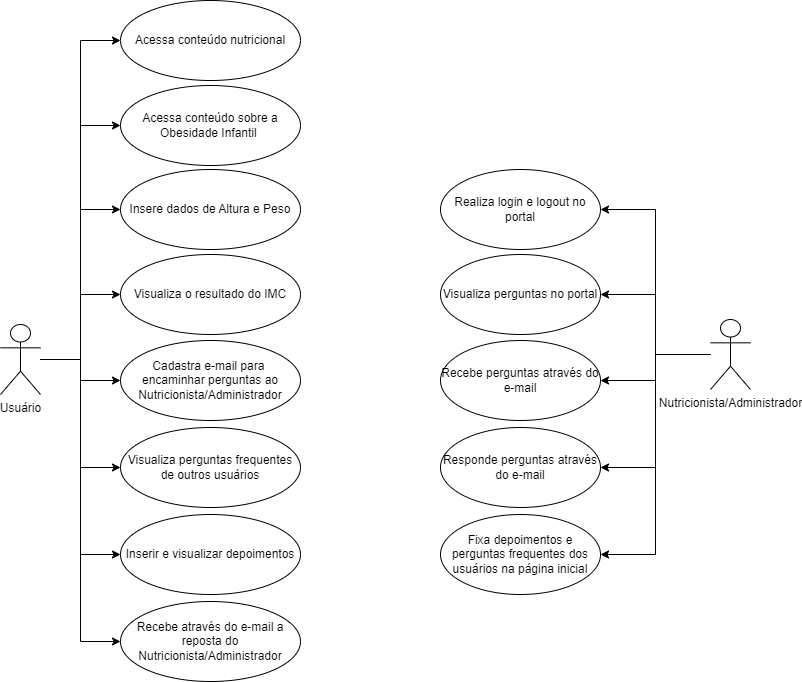
Before: NutriKids/Diagramas/Caso_de_Uso.png, a diagram exported from draw.io (mvitoriasuz/FATEC_PI_NutriKids). Source tidied: cells renumbered, new cells last; positions are measured from the earlier drawing's top-left corner, leaving out a move shared by most shapes. The source it was exported from:
```xml
<mxGraphModel>
  <root>
    <mxCell id="0" />
    <mxCell id="1" parent="0" />
    <mxCell id="2" style="edgeStyle=orthogonalEdgeStyle;rounded=0;jettySize=auto;html=1;entryX=0;entryY=0.5;entryDx=0;entryDy=0;" parent="1" edge="1" source="10" target="18">
      <mxGeometry relative="1" as="geometry" />
    </mxCell>
    <mxCell id="3" style="edgeStyle=orthogonalEdgeStyle;rounded=0;jettySize=auto;html=1;entryX=0;entryY=0.5;entryDx=0;entryDy=0;" parent="1" edge="1" source="10" target="19">
      <mxGeometry relative="1" as="geometry" />
    </mxCell>
    <mxCell id="4" style="edgeStyle=orthogonalEdgeStyle;rounded=0;jettySize=auto;html=1;" parent="1" edge="1" source="10" target="20">
      <mxGeometry relative="1" as="geometry" />
    </mxCell>
    <mxCell id="5" style="edgeStyle=orthogonalEdgeStyle;rounded=0;jettySize=auto;html=1;entryX=0;entryY=0.5;entryDx=0;entryDy=0;" parent="1" edge="1" source="10" target="21">
      <mxGeometry relative="1" as="geometry" />
    </mxCell>
    <mxCell id="6" style="edgeStyle=orthogonalEdgeStyle;rounded=0;jettySize=auto;html=1;entryX=0;entryY=0.5;entryDx=0;entryDy=0;" parent="1" edge="1" source="10" target="23">
      <mxGeometry relative="1" as="geometry" />
    </mxCell>
    <mxCell id="7" style="edgeStyle=orthogonalEdgeStyle;rounded=0;jettySize=auto;html=1;entryX=0;entryY=0.5;entryDx=0;entryDy=0;" parent="1" edge="1" source="10" target="24">
      <mxGeometry relative="1" as="geometry" />
    </mxCell>
    <mxCell id="8" style="edgeStyle=orthogonalEdgeStyle;rounded=0;jettySize=auto;html=1;entryX=0;entryY=0.5;entryDx=0;entryDy=0;" parent="1" edge="1" source="10" target="17">
      <mxGeometry relative="1" as="geometry" />
    </mxCell>
    <mxCell id="9" style="edgeStyle=orthogonalEdgeStyle;rounded=0;jettySize=auto;html=1;entryX=0;entryY=0.5;entryDx=0;entryDy=0;" parent="1" edge="1" source="10" target="22">
      <mxGeometry relative="1" as="geometry" />
    </mxCell>
    <mxCell id="10" value="Usuário&lt;br&gt;" style="shape=umlActor;verticalLabelPosition=bottom;verticalAlign=top;html=1;outlineConnect=0;" parent="1" vertex="1">
      <mxGeometry y="324" width="40" height="70" as="geometry" />
    </mxCell>
    <mxCell id="11" style="edgeStyle=orthogonalEdgeStyle;rounded=0;jettySize=auto;html=1;entryX=1;entryY=0.5;entryDx=0;entryDy=0;" parent="1" edge="1" source="16" target="25">
      <mxGeometry relative="1" as="geometry" />
    </mxCell>
    <mxCell id="12" style="edgeStyle=orthogonalEdgeStyle;rounded=0;jettySize=auto;html=1;" parent="1" edge="1" source="16" target="26">
      <mxGeometry relative="1" as="geometry" />
    </mxCell>
    <mxCell id="13" style="edgeStyle=orthogonalEdgeStyle;rounded=0;jettySize=auto;html=1;" parent="1" edge="1" source="16" target="27">
      <mxGeometry relative="1" as="geometry" />
    </mxCell>
    <mxCell id="14" style="edgeStyle=orthogonalEdgeStyle;rounded=0;jettySize=auto;html=1;entryX=1;entryY=0.5;entryDx=0;entryDy=0;" parent="1" edge="1" source="16" target="28">
      <mxGeometry relative="1" as="geometry" />
    </mxCell>
    <mxCell id="15" style="edgeStyle=orthogonalEdgeStyle;rounded=0;jettySize=auto;html=1;entryX=1;entryY=0.5;entryDx=0;entryDy=0;" parent="1" edge="1" source="16" target="29">
      <mxGeometry relative="1" as="geometry" />
    </mxCell>
    <mxCell id="16" value="Nutricionista/Administrador&lt;br&gt;" style="shape=umlActor;verticalLabelPosition=bottom;verticalAlign=top;html=1;outlineConnect=0;" parent="1" vertex="1">
      <mxGeometry x="710" y="319" width="40" height="70" as="geometry" />
    </mxCell>
    <mxCell id="17" value="Acessa conteúdo nutricional" style="ellipse;whiteSpace=wrap;html=1;" parent="1" vertex="1">
      <mxGeometry x="120" width="180" height="80" as="geometry" />
    </mxCell>
    <mxCell id="18" value="Acessa conteúdo sobre a Obesidade Infantil&amp;nbsp;" style="ellipse;whiteSpace=wrap;html=1;" parent="1" vertex="1">
      <mxGeometry x="120" y="85" width="180" height="80" as="geometry" />
    </mxCell>
    <mxCell id="19" value="Insere dados de Altura e Peso" style="ellipse;whiteSpace=wrap;html=1;" parent="1" vertex="1">
      <mxGeometry x="120" y="169" width="180" height="80" as="geometry" />
    </mxCell>
    <mxCell id="20" value="Visualiza o resultado do IMC" style="ellipse;whiteSpace=wrap;html=1;" parent="1" vertex="1">
      <mxGeometry x="120" y="254" width="180" height="80" as="geometry" />
    </mxCell>
    <mxCell id="21" value="Cadastra e-mail para&amp;nbsp; encaminhar perguntas ao Nutricionista/Administrador" style="ellipse;whiteSpace=wrap;html=1;" parent="1" vertex="1">
      <mxGeometry x="120" y="340" width="180" height="80" as="geometry" />
    </mxCell>
    <mxCell id="22" value="Visualiza perguntas frequentes de outros usuários" style="ellipse;whiteSpace=wrap;html=1;" parent="1" vertex="1">
      <mxGeometry x="120" y="427" width="180" height="80" as="geometry" />
    </mxCell>
    <mxCell id="23" value="Inserir e visualizar depoimentos" style="ellipse;whiteSpace=wrap;html=1;" parent="1" vertex="1">
      <mxGeometry x="120" y="514" width="180" height="80" as="geometry" />
    </mxCell>
    <mxCell id="24" value="Recebe através do e-mail a reposta do Nutricionista/Administrador" style="ellipse;whiteSpace=wrap;html=1;" parent="1" vertex="1">
      <mxGeometry x="120" y="601" width="180" height="80" as="geometry" />
    </mxCell>
    <mxCell id="25" value="Realiza login e logout no portal" style="ellipse;whiteSpace=wrap;html=1;" parent="1" vertex="1">
      <mxGeometry x="440" y="169" width="160" height="80" as="geometry" />
    </mxCell>
    <mxCell id="26" value="Visualiza perguntas no portal" style="ellipse;whiteSpace=wrap;html=1;" parent="1" vertex="1">
      <mxGeometry x="440" y="254" width="160" height="80" as="geometry" />
    </mxCell>
    <mxCell id="27" value="Recebe perguntas através do e-mail" style="ellipse;whiteSpace=wrap;html=1;" parent="1" vertex="1">
      <mxGeometry x="440" y="340" width="160" height="80" as="geometry" />
    </mxCell>
    <mxCell id="28" value="&lt;div&gt;Responde perguntas através do e-mail&lt;/div&gt;" style="ellipse;whiteSpace=wrap;html=1;" parent="1" vertex="1">
      <mxGeometry x="440" y="427" width="160" height="80" as="geometry" />
    </mxCell>
    <mxCell id="29" value="&lt;div&gt;Fixa depoimentos e perguntas frequentes dos usuários na página inicial&lt;/div&gt;" style="ellipse;whiteSpace=wrap;html=1;" parent="1" vertex="1">
      <mxGeometry x="440" y="514" width="160" height="80" as="geometry" />
    </mxCell>
  </root>
</mxGraphModel>
```
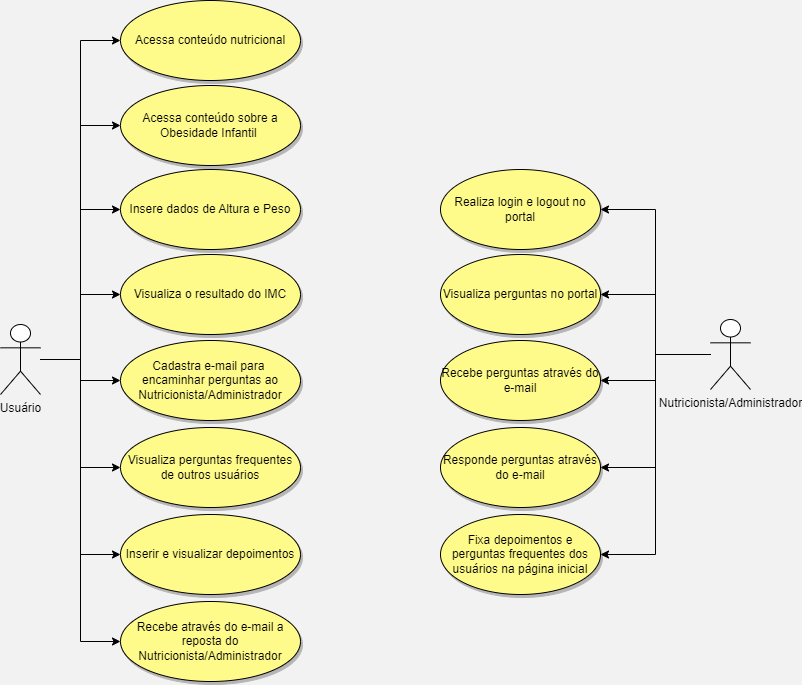
The same file after the commit.

Commit message:
Diagramas de Caso de Uso, Atividade e Contexto

Change to the diagram source:
```diff
@@ -1,89 +1,89 @@
-<mxGraphModel>
+<mxGraphModel background="#F2F2F2">
   <root>
     <mxCell id="0" />
     <mxCell id="1" parent="0" />
-    <mxCell id="2" style="edgeStyle=orthogonalEdgeStyle;rounded=0;jettySize=auto;html=1;entryX=0;entryY=0.5;entryDx=0;entryDy=0;" parent="1" edge="1" source="10" target="18">
+    <mxCell id="2" style="edgeStyle=orthogonalEdgeStyle;rounded=0;jettySize=auto;html=1;entryX=0;entryY=0.5;entryDx=0;entryDy=0;shadow=0;" parent="1" edge="1" source="10" target="18">
       <mxGeometry relative="1" as="geometry" />
     </mxCell>
-    <mxCell id="3" style="edgeStyle=orthogonalEdgeStyle;rounded=0;jettySize=auto;html=1;entryX=0;entryY=0.5;entryDx=0;entryDy=0;" parent="1" edge="1" source="10" target="19">
+    <mxCell id="3" style="edgeStyle=orthogonalEdgeStyle;rounded=0;jettySize=auto;html=1;entryX=0;entryY=0.5;entryDx=0;entryDy=0;shadow=0;" parent="1" edge="1" source="10" target="19">
       <mxGeometry relative="1" as="geometry" />
     </mxCell>
-    <mxCell id="4" style="edgeStyle=orthogonalEdgeStyle;rounded=0;jettySize=auto;html=1;" parent="1" edge="1" source="10" target="20">
+    <mxCell id="4" style="edgeStyle=orthogonalEdgeStyle;rounded=0;jettySize=auto;html=1;shadow=0;" parent="1" edge="1" source="10" target="20">
       <mxGeometry relative="1" as="geometry" />
     </mxCell>
-    <mxCell id="5" style="edgeStyle=orthogonalEdgeStyle;rounded=0;jettySize=auto;html=1;entryX=0;entryY=0.5;entryDx=0;entryDy=0;" parent="1" edge="1" source="10" target="21">
+    <mxCell id="5" style="edgeStyle=orthogonalEdgeStyle;rounded=0;jettySize=auto;html=1;entryX=0;entryY=0.5;entryDx=0;entryDy=0;shadow=0;" parent="1" edge="1" source="10" target="21">
       <mxGeometry relative="1" as="geometry" />
     </mxCell>
-    <mxCell id="6" style="edgeStyle=orthogonalEdgeStyle;rounded=0;jettySize=auto;html=1;entryX=0;entryY=0.5;entryDx=0;entryDy=0;" parent="1" edge="1" source="10" target="23">
+    <mxCell id="6" style="edgeStyle=orthogonalEdgeStyle;rounded=0;jettySize=auto;html=1;entryX=0;entryY=0.5;entryDx=0;entryDy=0;shadow=0;" parent="1" edge="1" source="10" target="23">
       <mxGeometry relative="1" as="geometry" />
     </mxCell>
-    <mxCell id="7" style="edgeStyle=orthogonalEdgeStyle;rounded=0;jettySize=auto;html=1;entryX=0;entryY=0.5;entryDx=0;entryDy=0;" parent="1" edge="1" source="10" target="24">
+    <mxCell id="7" style="edgeStyle=orthogonalEdgeStyle;rounded=0;jettySize=auto;html=1;entryX=0;entryY=0.5;entryDx=0;entryDy=0;shadow=0;" parent="1" edge="1" source="10" target="24">
       <mxGeometry relative="1" as="geometry" />
     </mxCell>
-    <mxCell id="8" style="edgeStyle=orthogonalEdgeStyle;rounded=0;jettySize=auto;html=1;entryX=0;entryY=0.5;entryDx=0;entryDy=0;" parent="1" edge="1" source="10" target="17">
+    <mxCell id="8" style="edgeStyle=orthogonalEdgeStyle;rounded=0;jettySize=auto;html=1;entryX=0;entryY=0.5;entryDx=0;entryDy=0;shadow=0;" parent="1" edge="1" source="10" target="17">
       <mxGeometry relative="1" as="geometry" />
     </mxCell>
-    <mxCell id="9" style="edgeStyle=orthogonalEdgeStyle;rounded=0;jettySize=auto;html=1;entryX=0;entryY=0.5;entryDx=0;entryDy=0;" parent="1" edge="1" source="10" target="22">
+    <mxCell id="9" style="edgeStyle=orthogonalEdgeStyle;rounded=0;jettySize=auto;html=1;entryX=0;entryY=0.5;entryDx=0;entryDy=0;shadow=0;" parent="1" edge="1" source="10" target="22">
       <mxGeometry relative="1" as="geometry" />
     </mxCell>
-    <mxCell id="10" value="Usuário&lt;br&gt;" style="shape=umlActor;verticalLabelPosition=bottom;verticalAlign=top;html=1;outlineConnect=0;" parent="1" vertex="1">
+    <mxCell id="10" value="Usuário&lt;br&gt;" style="shape=umlActor;verticalLabelPosition=bottom;verticalAlign=top;html=1;outlineConnect=0;gradientColor=none;" parent="1" vertex="1">
       <mxGeometry y="324" width="40" height="70" as="geometry" />
     </mxCell>
-    <mxCell id="11" style="edgeStyle=orthogonalEdgeStyle;rounded=0;jettySize=auto;html=1;entryX=1;entryY=0.5;entryDx=0;entryDy=0;" parent="1" edge="1" source="16" target="25">
+    <mxCell id="11" style="edgeStyle=orthogonalEdgeStyle;rounded=0;jettySize=auto;html=1;entryX=1;entryY=0.5;entryDx=0;entryDy=0;shadow=0;" parent="1" edge="1" source="16" target="25">
       <mxGeometry relative="1" as="geometry" />
     </mxCell>
-    <mxCell id="12" style="edgeStyle=orthogonalEdgeStyle;rounded=0;jettySize=auto;html=1;" parent="1" edge="1" source="16" target="26">
+    <mxCell id="12" style="edgeStyle=orthogonalEdgeStyle;rounded=0;jettySize=auto;html=1;shadow=0;" parent="1" edge="1" source="16" target="26">
       <mxGeometry relative="1" as="geometry" />
     </mxCell>
-    <mxCell id="13" style="edgeStyle=orthogonalEdgeStyle;rounded=0;jettySize=auto;html=1;" parent="1" edge="1" source="16" target="27">
+    <mxCell id="13" style="edgeStyle=orthogonalEdgeStyle;rounded=0;jettySize=auto;html=1;shadow=0;" parent="1" edge="1" source="16" target="27">
       <mxGeometry relative="1" as="geometry" />
     </mxCell>
-    <mxCell id="14" style="edgeStyle=orthogonalEdgeStyle;rounded=0;jettySize=auto;html=1;entryX=1;entryY=0.5;entryDx=0;entryDy=0;" parent="1" edge="1" source="16" target="28">
+    <mxCell id="14" style="edgeStyle=orthogonalEdgeStyle;rounded=0;jettySize=auto;html=1;entryX=1;entryY=0.5;entryDx=0;entryDy=0;shadow=0;" parent="1" edge="1" source="16" target="28">
       <mxGeometry relative="1" as="geometry" />
     </mxCell>
-    <mxCell id="15" style="edgeStyle=orthogonalEdgeStyle;rounded=0;jettySize=auto;html=1;entryX=1;entryY=0.5;entryDx=0;entryDy=0;" parent="1" edge="1" source="16" target="29">
+    <mxCell id="15" style="edgeStyle=orthogonalEdgeStyle;rounded=0;jettySize=auto;html=1;entryX=1;entryY=0.5;entryDx=0;entryDy=0;shadow=0;" parent="1" edge="1" source="16" target="29">
       <mxGeometry relative="1" as="geometry" />
     </mxCell>
     <mxCell id="16" value="Nutricionista/Administrador&lt;br&gt;" style="shape=umlActor;verticalLabelPosition=bottom;verticalAlign=top;html=1;outlineConnect=0;" parent="1" vertex="1">
       <mxGeometry x="710" y="319" width="40" height="70" as="geometry" />
     </mxCell>
-    <mxCell id="17" value="Acessa conteúdo nutricional" style="ellipse;whiteSpace=wrap;html=1;" parent="1" vertex="1">
+    <mxCell id="17" value="Acessa conteúdo nutricional" style="ellipse;whiteSpace=wrap;html=1;fillColor=#FFFB8A;shadow=1;" parent="1" vertex="1">
       <mxGeometry x="120" width="180" height="80" as="geometry" />
     </mxCell>
-    <mxCell id="18" value="Acessa conteúdo sobre a Obesidade Infantil&amp;nbsp;" style="ellipse;whiteSpace=wrap;html=1;" parent="1" vertex="1">
+    <mxCell id="18" value="Acessa conteúdo sobre a Obesidade Infantil&amp;nbsp;" style="ellipse;whiteSpace=wrap;html=1;fillColor=#FFFB8A;shadow=1;" parent="1" vertex="1">
       <mxGeometry x="120" y="85" width="180" height="80" as="geometry" />
     </mxCell>
-    <mxCell id="19" value="Insere dados de Altura e Peso" style="ellipse;whiteSpace=wrap;html=1;" parent="1" vertex="1">
+    <mxCell id="19" value="Insere dados de Altura e Peso" style="ellipse;whiteSpace=wrap;html=1;fillColor=#FFFB8A;shadow=1;" parent="1" vertex="1">
       <mxGeometry x="120" y="169" width="180" height="80" as="geometry" />
     </mxCell>
-    <mxCell id="20" value="Visualiza o resultado do IMC" style="ellipse;whiteSpace=wrap;html=1;" parent="1" vertex="1">
+    <mxCell id="20" value="Visualiza o resultado do IMC" style="ellipse;whiteSpace=wrap;html=1;fillColor=#FFFB8A;gradientColor=none;shadow=1;" parent="1" vertex="1">
       <mxGeometry x="120" y="254" width="180" height="80" as="geometry" />
     </mxCell>
-    <mxCell id="21" value="Cadastra e-mail para&amp;nbsp; encaminhar perguntas ao Nutricionista/Administrador" style="ellipse;whiteSpace=wrap;html=1;" parent="1" vertex="1">
+    <mxCell id="21" value="Cadastra e-mail para&amp;nbsp; encaminhar perguntas ao Nutricionista/Administrador" style="ellipse;whiteSpace=wrap;html=1;fillColor=#FFFB8A;shadow=1;" parent="1" vertex="1">
       <mxGeometry x="120" y="340" width="180" height="80" as="geometry" />
     </mxCell>
-    <mxCell id="22" value="Visualiza perguntas frequentes de outros usuários" style="ellipse;whiteSpace=wrap;html=1;" parent="1" vertex="1">
+    <mxCell id="22" value="Visualiza perguntas frequentes de outros usuários" style="ellipse;whiteSpace=wrap;html=1;fillColor=#FFFB8A;shadow=1;" parent="1" vertex="1">
       <mxGeometry x="120" y="427" width="180" height="80" as="geometry" />
     </mxCell>
-    <mxCell id="23" value="Inserir e visualizar depoimentos" style="ellipse;whiteSpace=wrap;html=1;" parent="1" vertex="1">
+    <mxCell id="23" value="Inserir e visualizar depoimentos" style="ellipse;whiteSpace=wrap;html=1;fillColor=#FFFB8A;shadow=1;" parent="1" vertex="1">
       <mxGeometry x="120" y="514" width="180" height="80" as="geometry" />
     </mxCell>
-    <mxCell id="24" value="Recebe através do e-mail a reposta do Nutricionista/Administrador" style="ellipse;whiteSpace=wrap;html=1;" parent="1" vertex="1">
+    <mxCell id="24" value="Recebe através do e-mail a reposta do Nutricionista/Administrador" style="ellipse;whiteSpace=wrap;html=1;fillColor=#FFFB8A;shadow=1;" parent="1" vertex="1">
       <mxGeometry x="120" y="601" width="180" height="80" as="geometry" />
     </mxCell>
-    <mxCell id="25" value="Realiza login e logout no portal" style="ellipse;whiteSpace=wrap;html=1;" parent="1" vertex="1">
+    <mxCell id="25" value="Realiza login e logout no portal" style="ellipse;whiteSpace=wrap;html=1;fillColor=#FFFB8A;shadow=1;" parent="1" vertex="1">
       <mxGeometry x="440" y="169" width="160" height="80" as="geometry" />
     </mxCell>
-    <mxCell id="26" value="Visualiza perguntas no portal" style="ellipse;whiteSpace=wrap;html=1;" parent="1" vertex="1">
+    <mxCell id="26" value="Visualiza perguntas no portal" style="ellipse;whiteSpace=wrap;html=1;fillColor=#FFFB8A;shadow=1;" parent="1" vertex="1">
       <mxGeometry x="440" y="254" width="160" height="80" as="geometry" />
     </mxCell>
-    <mxCell id="27" value="Recebe perguntas através do e-mail" style="ellipse;whiteSpace=wrap;html=1;" parent="1" vertex="1">
+    <mxCell id="27" value="Recebe perguntas através do e-mail" style="ellipse;whiteSpace=wrap;html=1;fillColor=#FFFB8A;shadow=1;" parent="1" vertex="1">
       <mxGeometry x="440" y="340" width="160" height="80" as="geometry" />
     </mxCell>
-    <mxCell id="28" value="&lt;div&gt;Responde perguntas através do e-mail&lt;/div&gt;" style="ellipse;whiteSpace=wrap;html=1;" parent="1" vertex="1">
+    <mxCell id="28" value="&lt;div&gt;Responde perguntas através do e-mail&lt;/div&gt;" style="ellipse;whiteSpace=wrap;html=1;fillColor=#FFFB8A;shadow=1;" parent="1" vertex="1">
       <mxGeometry x="440" y="427" width="160" height="80" as="geometry" />
     </mxCell>
-    <mxCell id="29" value="&lt;div&gt;Fixa depoimentos e perguntas frequentes dos usuários na página inicial&lt;/div&gt;" style="ellipse;whiteSpace=wrap;html=1;" parent="1" vertex="1">
+    <mxCell id="29" value="&lt;div&gt;Fixa depoimentos e perguntas frequentes dos usuários na página inicial&lt;/div&gt;" style="ellipse;whiteSpace=wrap;html=1;fillColor=#FFFB8A;shadow=1;" parent="1" vertex="1">
       <mxGeometry x="440" y="514" width="160" height="80" as="geometry" />
     </mxCell>
   </root>
```
